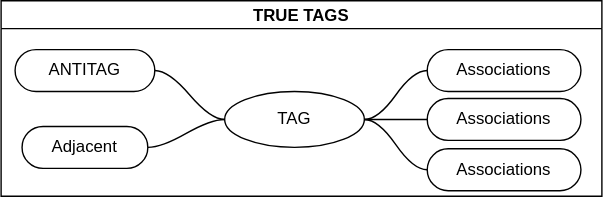
Before: TheProspector/Assets/Schematics/TRUE.svg, a diagram exported from draw.io (SakuNurmiranta/TheProspector). Source tidied: cells renumbered, new cells last; positions are measured from the earlier drawing's top-left corner, leaving out a move shared by most shapes.
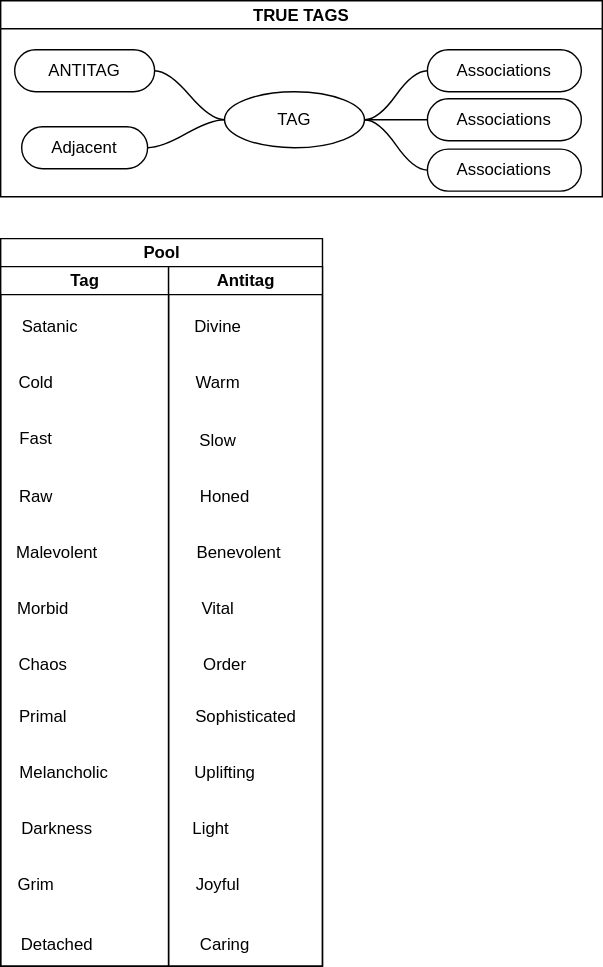
After the change.

What changed in the source:
```diff
@@ -38,5 +38,86 @@
     <mxCell id="13" value="Adjacent" style="whiteSpace=wrap;html=1;rounded=1;arcSize=50;align=center;verticalAlign=middle;strokeWidth=1;spacing=4;newEdgeStyle={&quot;edgeStyle&quot;:&quot;entityRelationEdgeStyle&quot;,&quot;startArrow&quot;:&quot;none&quot;,&quot;endArrow&quot;:&quot;none&quot;,&quot;segment&quot;:10,&quot;curved&quot;:1,&quot;sourcePerimeterSpacing&quot;:0,&quot;targetPerimeterSpacing&quot;:0};" parent="2" vertex="1">
       <mxGeometry x="15" y="90" width="90" height="30" as="geometry" />
     </mxCell>
+    <mxCell id="14" value="Pool" style="swimlane;startSize=20;html=1;" parent="1" vertex="1">
+      <mxGeometry y="170" width="230" height="520" as="geometry" />
+    </mxCell>
+    <mxCell id="15" value="Tag" style="swimlane;startSize=20;html=1;" parent="14" vertex="1">
+      <mxGeometry y="20" width="120" height="500" as="geometry" />
+    </mxCell>
+    <mxCell id="16" value="Satanic" style="text;html=1;align=center;verticalAlign=middle;strokeColor=none;fillColor=none;" parent="15" vertex="1">
+      <mxGeometry x="5" y="28" width="60" height="30" as="geometry" />
+    </mxCell>
+    <mxCell id="17" value="Cold" style="text;html=1;align=center;verticalAlign=middle;strokeColor=none;fillColor=none;" parent="15" vertex="1">
+      <mxGeometry y="68" width="50" height="30" as="geometry" />
+    </mxCell>
+    <mxCell id="18" value="Fast" style="text;html=1;align=center;verticalAlign=middle;strokeColor=none;fillColor=none;" parent="15" vertex="1">
+      <mxGeometry y="108" width="50" height="30" as="geometry" />
+    </mxCell>
+    <mxCell id="19" value="Raw" style="text;html=1;align=center;verticalAlign=middle;strokeColor=none;fillColor=none;" parent="15" vertex="1">
+      <mxGeometry y="150" width="50" height="30" as="geometry" />
+    </mxCell>
+    <mxCell id="20" value="Grim" style="text;html=1;align=center;verticalAlign=middle;strokeColor=none;fillColor=none;" parent="15" vertex="1">
+      <mxGeometry y="426.5" width="50" height="30" as="geometry" />
+    </mxCell>
+    <mxCell id="21" value="Darkness" style="text;html=1;align=center;verticalAlign=middle;strokeColor=none;fillColor=none;" parent="15" vertex="1">
+      <mxGeometry x="5" y="386.5" width="70" height="30" as="geometry" />
+    </mxCell>
+    <mxCell id="22" value="Melancholic" style="text;html=1;align=center;verticalAlign=middle;strokeColor=none;fillColor=none;" parent="15" vertex="1">
+      <mxGeometry y="346.5" width="90" height="30" as="geometry" />
+    </mxCell>
+    <mxCell id="23" value="Primal" style="text;html=1;align=center;verticalAlign=middle;strokeColor=none;fillColor=none;" parent="15" vertex="1">
+      <mxGeometry y="306.5" width="60" height="30" as="geometry" />
+    </mxCell>
+    <mxCell id="24" value="Chaos" style="text;html=1;align=center;verticalAlign=middle;strokeColor=none;fillColor=none;" parent="15" vertex="1">
+      <mxGeometry y="270" width="60" height="30" as="geometry" />
+    </mxCell>
+    <mxCell id="25" value="Morbid" style="text;html=1;align=center;verticalAlign=middle;strokeColor=none;fillColor=none;" parent="15" vertex="1">
+      <mxGeometry y="230" width="60" height="30" as="geometry" />
+    </mxCell>
+    <mxCell id="26" value="Malevolent" style="text;html=1;align=center;verticalAlign=middle;strokeColor=none;fillColor=none;" parent="15" vertex="1">
+      <mxGeometry y="190" width="80" height="30" as="geometry" />
+    </mxCell>
+    <mxCell id="27" value="Detached" style="text;html=1;align=center;verticalAlign=middle;strokeColor=none;fillColor=none;" parent="15" vertex="1">
+      <mxGeometry x="5" y="470" width="70" height="30" as="geometry" />
+    </mxCell>
+    <mxCell id="28" value="Antitag" style="swimlane;startSize=20;html=1;" parent="14" vertex="1">
+      <mxGeometry x="120" y="20" width="110" height="500" as="geometry" />
+    </mxCell>
+    <mxCell id="29" value="Divine" style="text;html=1;align=center;verticalAlign=middle;strokeColor=none;fillColor=none;" parent="28" vertex="1">
+      <mxGeometry x="5" y="28" width="60" height="30" as="geometry" />
+    </mxCell>
+    <mxCell id="30" value="Warm" style="text;html=1;align=center;verticalAlign=middle;strokeColor=none;fillColor=none;" parent="28" vertex="1">
+      <mxGeometry x="5" y="68" width="60" height="30" as="geometry" />
+    </mxCell>
+    <mxCell id="31" value="Honed" style="text;html=1;align=center;verticalAlign=middle;strokeColor=none;fillColor=none;" parent="28" vertex="1">
+      <mxGeometry x="10" y="150" width="60" height="30" as="geometry" />
+    </mxCell>
+    <mxCell id="32" value="Joyful" style="text;html=1;align=center;verticalAlign=middle;strokeColor=none;fillColor=none;" parent="28" vertex="1">
+      <mxGeometry x="10" y="426.5" width="50" height="30" as="geometry" />
+    </mxCell>
+    <mxCell id="33" value="Light" style="text;html=1;align=center;verticalAlign=middle;strokeColor=none;fillColor=none;" parent="28" vertex="1">
+      <mxGeometry x="5" y="386.5" width="50" height="30" as="geometry" />
+    </mxCell>
+    <mxCell id="34" value="Uplifting" style="text;html=1;align=center;verticalAlign=middle;strokeColor=none;fillColor=none;" parent="28" vertex="1">
+      <mxGeometry x="5" y="346.5" width="70" height="30" as="geometry" />
+    </mxCell>
+    <mxCell id="35" value="Sophisticated" style="text;html=1;align=center;verticalAlign=middle;strokeColor=none;fillColor=none;" parent="28" vertex="1">
+      <mxGeometry x="5" y="306.5" width="100" height="30" as="geometry" />
+    </mxCell>
+    <mxCell id="36" value="Order" style="text;html=1;align=center;verticalAlign=middle;strokeColor=none;fillColor=none;" parent="28" vertex="1">
+      <mxGeometry x="15" y="270" width="50" height="30" as="geometry" />
+    </mxCell>
+    <mxCell id="37" value="Vital" style="text;html=1;align=center;verticalAlign=middle;strokeColor=none;fillColor=none;" parent="28" vertex="1">
+      <mxGeometry x="10" y="230" width="50" height="30" as="geometry" />
+    </mxCell>
+    <mxCell id="38" value="Benevolent" style="text;html=1;align=center;verticalAlign=middle;strokeColor=none;fillColor=none;" parent="28" vertex="1">
+      <mxGeometry x="10" y="190" width="80" height="30" as="geometry" />
+    </mxCell>
+    <mxCell id="39" value="Slow" style="text;html=1;align=center;verticalAlign=middle;strokeColor=none;fillColor=none;" parent="28" vertex="1">
+      <mxGeometry x="10" y="110" width="50" height="30" as="geometry" />
+    </mxCell>
+    <mxCell id="40" value="Caring" style="text;html=1;align=center;verticalAlign=middle;strokeColor=none;fillColor=none;" parent="28" vertex="1">
+      <mxGeometry x="10" y="470" width="60" height="30" as="geometry" />
+    </mxCell>
   </root>
 </mxGraphModel>
```
